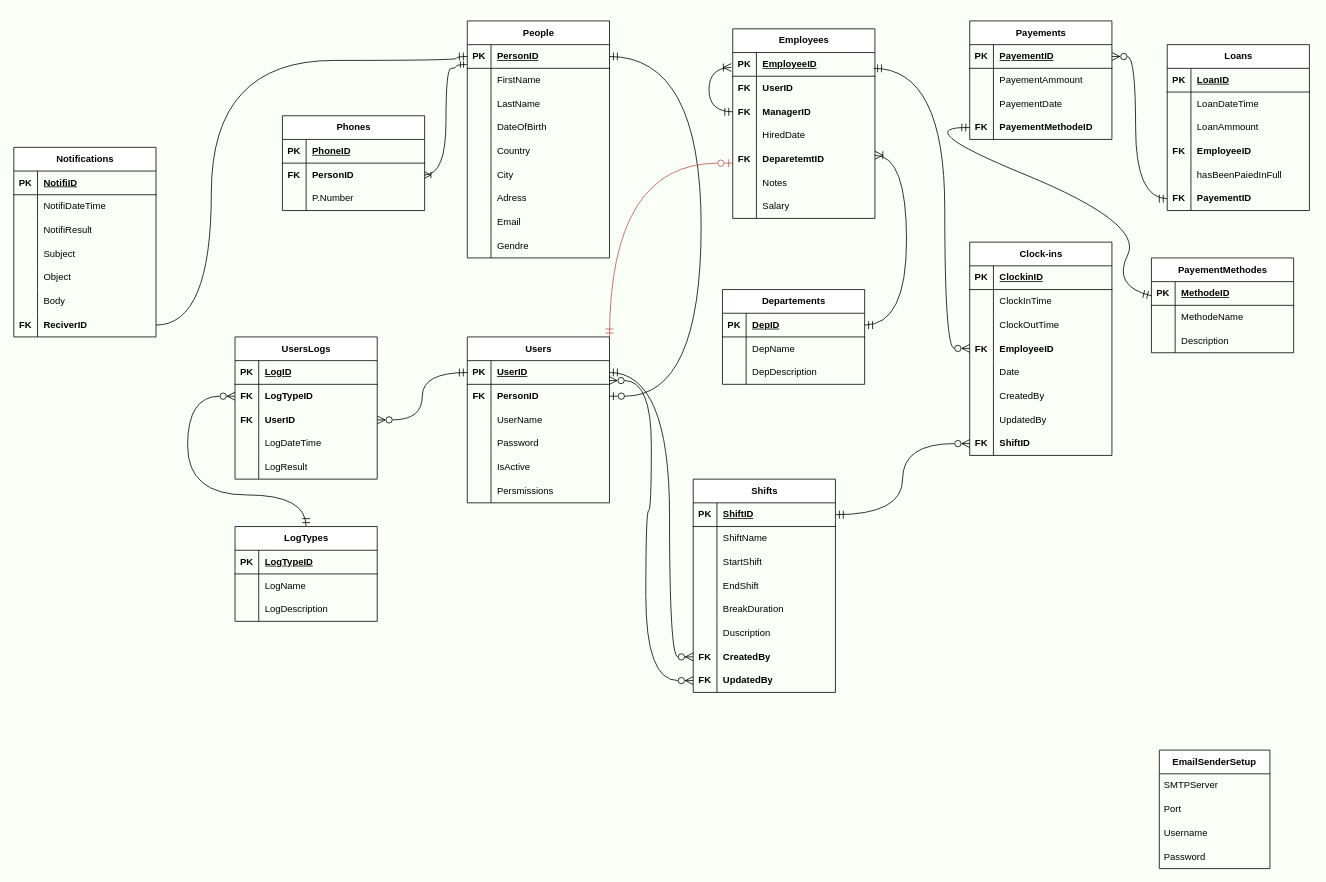
Before: ETC_Diagram.drawio in khalil98dev/ETC, a draw.io diagram. Source tidied: cells renumbered, new cells numbered last; positions are measured from the earlier drawing's top-left corner, leaving out a move shared by most shapes. Both pictures are drawn from the tidied source at 79%, with x=0, y=0 at pixel (13, 21).
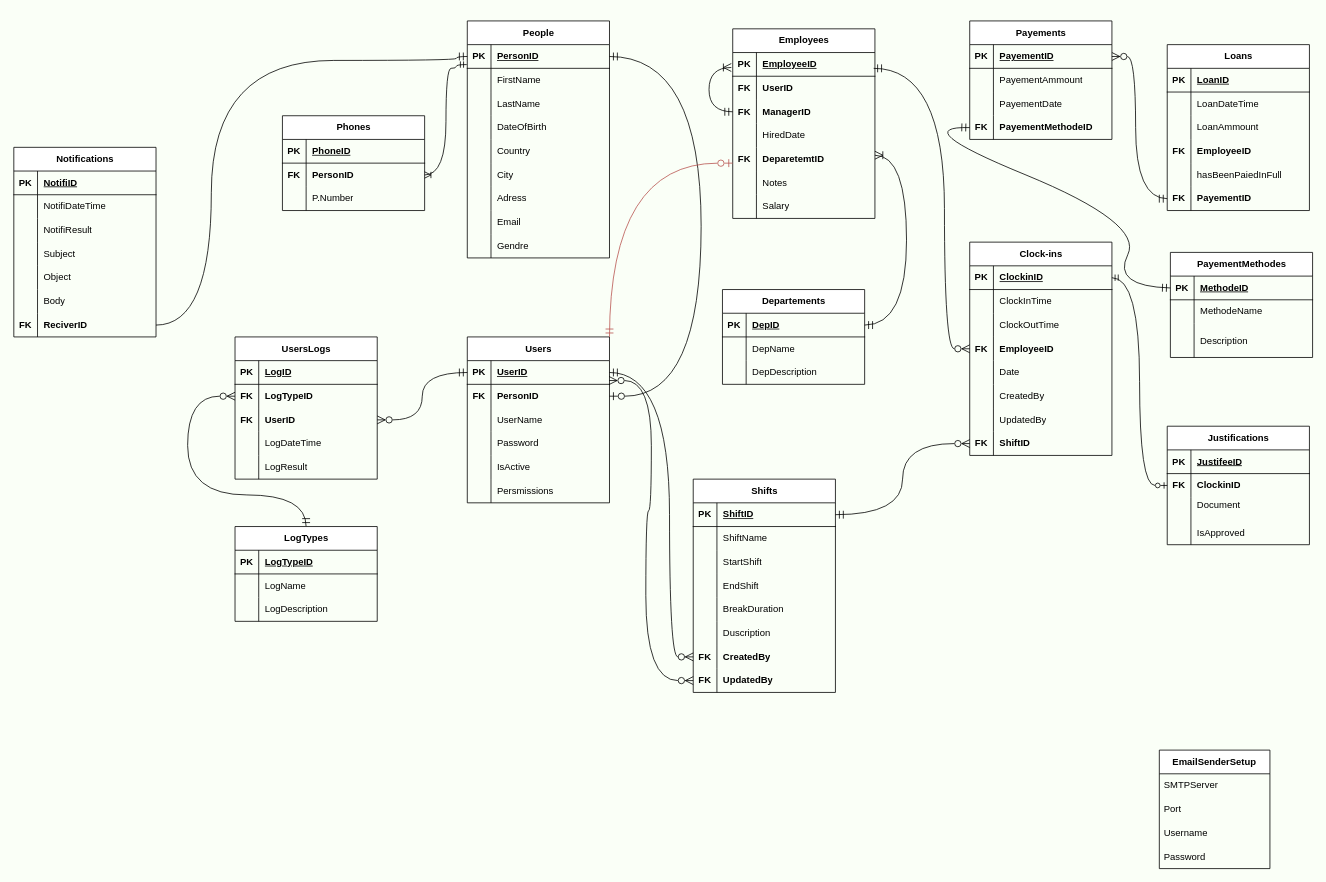
Above is the later version.

Commit message:
Add Jutification Table

Unchanged cells that the change refers to:
```xml
<mxCell id="119" style="shape=tableRow;horizontal=0;startSize=0;swimlaneHead=0;swimlaneBody=0;fillColor=none;points=[[0,0.5],[1,0.5]];portConstraint=eastwest;top=0;left=0;right=0;bottom=1;" parent="118" vertex="1">
  <mxGeometry y="30" width="180" height="30" as="geometry" />
</mxCell>
<mxCell id="128" style="shape=tableRow;horizontal=0;startSize=0;swimlaneHead=0;swimlaneBody=0;fillColor=none;points=[[0,0.5],[1,0.5]];portConstraint=eastwest;top=0;left=0;right=0;bottom=0;" parent="118" vertex="1">
  <mxGeometry y="120" width="180" height="30" as="geometry" />
</mxCell>
<mxCell id="235" style="shape=tableRow;horizontal=0;startSize=0;swimlaneHead=0;swimlaneBody=0;fillColor=none;points=[[0,0.5],[1,0.5]];portConstraint=eastwest;top=0;left=0;right=0;bottom=0;" parent="225" vertex="1">
  <mxGeometry y="120" width="180" height="30" as="geometry" />
</mxCell>
<mxCell id="239" style="shape=tableRow;horizontal=0;startSize=0;swimlaneHead=0;swimlaneBody=0;fillColor=none;points=[[0,0.5],[1,0.5]];portConstraint=eastwest;top=0;left=0;right=0;bottom=1;" parent="238" vertex="1">
  <mxGeometry y="30" width="180" height="30" as="geometry" />
</mxCell>
```

What changed in the source:
```diff
@@
-    <mxCell id="117" style="edgeStyle=orthogonalEdgeStyle;curved=1;rounded=0;orthogonalLoop=1;jettySize=auto;html=1;entryX=1;entryY=0.5;entryDx=0;entryDy=0;fontSize=12;startSize=8;endSize=8;exitX=0.009;exitY=0.315;exitDx=0;exitDy=0;exitPerimeter=0;endArrow=ERmandOne;endFill=0;startArrow=ERzeroToMany;startFill=0;" parent="1" edge="1">
+    <mxCell id="117" style="edgeStyle=orthogonalEdgeStyle;curved=1;rounded=0;jettySize=auto;html=1;entryX=1;entryY=0.5;entryDx=0;entryDy=0;fontSize=12;startSize=8;endSize=8;exitX=0;exitY=0.5;exitDx=0;exitDy=0;endArrow=ERmandOne;endFill=0;startArrow=ERzeroToMany;startFill=0;" parent="1" edge="1" source="128">
       <mxGeometry relative="1" as="geometry">
-        <mxPoint x="1210" y="414.5" as="sourcePoint" />
         <mxPoint x="1088.4" y="60" as="targetPoint" />
         <Array as="points">
-          <mxPoint x="1178.4" y="415" />
-          <mxPoint x="1178.4" y="60" />
+          <mxPoint x="1178" y="415" />
+          <mxPoint x="1178" y="60" />
         </Array>
       </mxGeometry>
     </mxCell>
@@
     <mxCell id="238" value="PayementMethodes" style="shape=table;startSize=30;childLayout=tableLayout;rowLines=0;fontStyle=1;align=center;html=1;" parent="1" vertex="1">
-      <mxGeometry x="1440" y="300" width="180" height="120" as="geometry" />
+      <mxGeometry x="1464" y="293" width="180" height="133" as="geometry" />
     </mxCell>
@@
     <mxCell id="245" style="shape=tableRow;horizontal=0;startSize=0;swimlaneHead=0;swimlaneBody=0;fillColor=none;top=0;left=0;right=0;bottom=0;" parent="238" vertex="1">
-      <mxGeometry y="90" width="180" height="30" as="geometry" />
+      <mxGeometry y="90" width="180" height="43" as="geometry" />
     </mxCell>
     <mxCell id="246" style="shape=partialRectangle;fillColor=none;top=0;left=0;bottom=0;right=0;overflow=hidden;whiteSpace=wrap;html=1;" parent="245" vertex="1">
-      <mxGeometry width="30" height="30" as="geometry" />
+      <mxGeometry width="30" height="43" as="geometry" />
     </mxCell>
     <mxCell id="247" value="Description" style="shape=partialRectangle;fillColor=none;top=0;left=0;bottom=0;right=0;align=left;spacingLeft=6;overflow=hidden;whiteSpace=wrap;html=1;" parent="245" vertex="1">
-      <mxGeometry x="30" width="150" height="30" as="geometry" />
+      <mxGeometry x="30" width="150" height="43" as="geometry" />
     </mxCell>
-    <mxCell id="248" style="edgeStyle=none;curved=1;rounded=0;jettySize=auto;html=1;fontSize=12;startSize=8;endSize=8;startArrow=ERmandOne;startFill=0;endArrow=ERmandOne;endFill=0;exitX=0;exitY=0.5;exitDx=0;exitDy=0;entryX=0;entryY=0.5;entryDx=0;entryDy=0;" parent="1" edge="1" target="235">
+    <mxCell id="248" style="edgeStyle=none;curved=1;rounded=0;jettySize=auto;html=1;fontSize=12;startSize=8;endSize=8;startArrow=ERmandOne;startFill=0;endArrow=ERmandOne;endFill=0;exitX=0;exitY=0.5;exitDx=0;exitDy=0;entryX=0;entryY=0.5;entryDx=0;entryDy=0;" parent="1" edge="1" source="239" target="235">
       <mxGeometry relative="1" as="geometry">
-        <mxPoint x="1440" y="348" as="sourcePoint" />
         <Array as="points">
           <mxPoint x="1390" y="336" />
           <mxPoint x="1430" y="256" />
           <mxPoint x="1130" y="133" />
         </Array>
       </mxGeometry>
     </mxCell>
@@
+    <mxCell id="251" value="Justifications" style="shape=table;startSize=30;childLayout=tableLayout;rowLines=0;fontStyle=1;align=center;html=1;" parent="1" vertex="1">
+      <mxGeometry x="1460" y="513" width="180" height="150" as="geometry" />
+    </mxCell>
+    <mxCell id="252" style="shape=tableRow;horizontal=0;startSize=0;swimlaneHead=0;swimlaneBody=0;fillColor=none;top=0;left=0;right=0;bottom=1;" parent="251" vertex="1">
+      <mxGeometry y="30" width="180" height="30" as="geometry" />
+    </mxCell>
+    <mxCell id="253" value="PK" style="shape=partialRectangle;fillColor=none;top=0;left=0;bottom=0;right=0;fontStyle=1;overflow=hidden;whiteSpace=wrap;html=1;" parent="252" vertex="1">
+      <mxGeometry width="30" height="30" as="geometry" />
+    </mxCell>
+    <mxCell id="254" value="JustifeeID" style="shape=partialRectangle;fillColor=none;top=0;left=0;bottom=0;right=0;align=left;spacingLeft=6;fontStyle=5;overflow=hidden;whiteSpace=wrap;html=1;" parent="252" vertex="1">
+      <mxGeometry x="30" width="150" height="30" as="geometry" />
+    </mxCell>
+    <mxCell id="255" style="shape=tableRow;horizontal=0;startSize=0;swimlaneHead=0;swimlaneBody=0;fillColor=none;points=[[0,0.5],[1,0.5]];portConstraint=eastwest;top=0;left=0;right=0;bottom=0;" parent="251" vertex="1">
+      <mxGeometry y="60" width="180" height="30" as="geometry" />
+    </mxCell>
+    <mxCell id="256" value="FK" style="shape=partialRectangle;fillColor=none;top=0;left=0;bottom=0;right=0;overflow=hidden;whiteSpace=wrap;html=1;fontStyle=1;" parent="255" vertex="1">
+      <mxGeometry width="30" height="30" as="geometry" />
+    </mxCell>
+    <mxCell id="257" value="ClockinID" style="shape=partialRectangle;fillColor=none;top=0;left=0;bottom=0;right=0;align=left;spacingLeft=6;overflow=hidden;whiteSpace=wrap;html=1;fontStyle=1;" parent="255" vertex="1">
+      <mxGeometry x="30" width="150" height="30" as="geometry" />
+    </mxCell>
+    <mxCell id="258" style="shape=tableRow;horizontal=0;startSize=0;swimlaneHead=0;swimlaneBody=0;fillColor=none;top=0;left=0;right=0;bottom=0;" parent="251" vertex="1">
+      <mxGeometry y="90" width="180" height="30" as="geometry" />
+    </mxCell>
+    <mxCell id="259" style="shape=partialRectangle;fillColor=none;top=0;left=0;bottom=0;right=0;overflow=hidden;whiteSpace=wrap;html=1;" parent="258" vertex="1">
+      <mxGeometry width="30" height="30" as="geometry" />
+    </mxCell>
+    <mxCell id="260" value="Document&lt;div&gt;&lt;br&gt;&lt;/div&gt;" style="shape=partialRectangle;fillColor=none;top=0;left=0;bottom=0;right=0;align=left;spacingLeft=6;overflow=hidden;whiteSpace=wrap;html=1;" parent="258" vertex="1">
+      <mxGeometry x="30" width="150" height="30" as="geometry" />
+    </mxCell>
+    <mxCell id="261" style="shape=tableRow;horizontal=0;startSize=0;swimlaneHead=0;swimlaneBody=0;fillColor=none;top=0;left=0;right=0;bottom=0;" parent="251" vertex="1">
+      <mxGeometry y="120" width="180" height="30" as="geometry" />
+    </mxCell>
+    <mxCell id="262" style="shape=partialRectangle;fillColor=none;top=0;left=0;bottom=0;right=0;overflow=hidden;whiteSpace=wrap;html=1;" parent="261" vertex="1">
+      <mxGeometry width="30" height="30" as="geometry" />
+    </mxCell>
+    <mxCell id="263" value="IsApproved" style="shape=partialRectangle;fillColor=none;top=0;left=0;bottom=0;right=0;align=left;spacingLeft=6;overflow=hidden;whiteSpace=wrap;html=1;" parent="261" vertex="1">
+      <mxGeometry x="30" width="150" height="30" as="geometry" />
+    </mxCell>
+    <mxCell id="264" style="edgeStyle=orthogonalEdgeStyle;rounded=0;jettySize=auto;html=1;entryX=1;entryY=0.5;entryDx=0;entryDy=0;curved=1;startArrow=ERzeroToOne;startFill=0;endArrow=ERmandOne;endFill=0;" parent="1" edge="1" source="255" target="119">
+      <mxGeometry relative="1" as="geometry" />
+    </mxCell>
```
